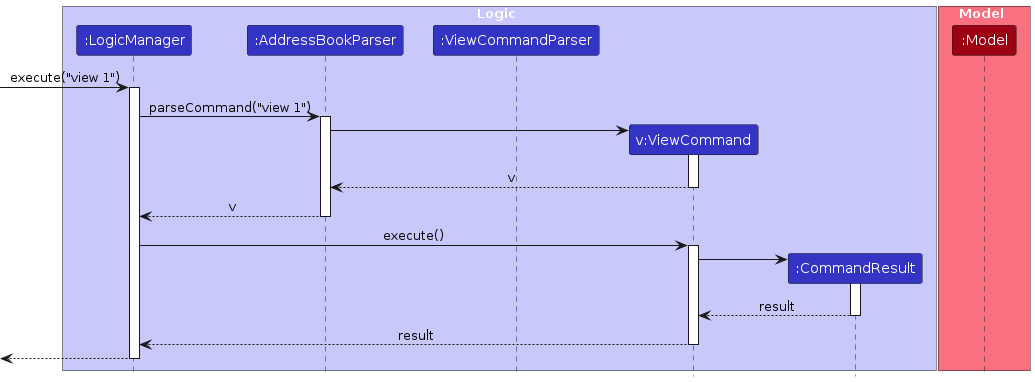
Above: diagrams/ViewCommandSequenceDiagram.png in teojunda/tp (PlantUML), before the change. Its source is kept beside it as diagrams/ViewCommandSequenceDiagram.puml.
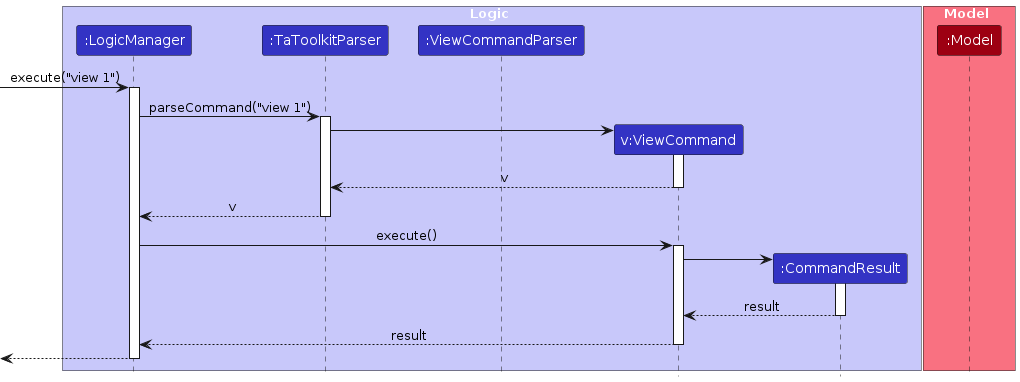
The same diagram one commit later.

What changed in the source:
```diff
@@ -4,7 +4,7 @@
 
 box Logic LOGIC_COLOR_T1
 participant ":LogicManager" as LogicManager LOGIC_COLOR
-participant ":AddressBookParser" as AddressBookParser LOGIC_COLOR
+participant ":TaToolkitParser" as TaToolkitParser LOGIC_COLOR
 participant ":ViewCommandParser" as ViewCommandParser LOGIC_COLOR
 participant "v:ViewCommand" as ViewCommand LOGIC_COLOR
 participant ":CommandResult" as CommandResult LOGIC_COLOR
@@ -17,18 +17,18 @@
 [-> LogicManager : execute("view 1")
 activate LogicManager
 
-LogicManager -> AddressBookParser : parseCommand("view 1")
-activate AddressBookParser
+LogicManager -> TaToolkitParser : parseCommand("view 1")
+activate TaToolkitParser
 
 create ViewCommand
-AddressBookParser -> ViewCommand
+TaToolkitParser -> ViewCommand
 activate ViewCommand
 
-ViewCommand --> AddressBookParser : v
+ViewCommand --> TaToolkitParser : v
 deactivate ViewCommand
 
-AddressBookParser --> LogicManager : v
-deactivate AddressBookParser
+TaToolkitParser --> LogicManager : v
+deactivate TaToolkitParser
 
 LogicManager -> ViewCommand : execute()
 activate ViewCommand
```
